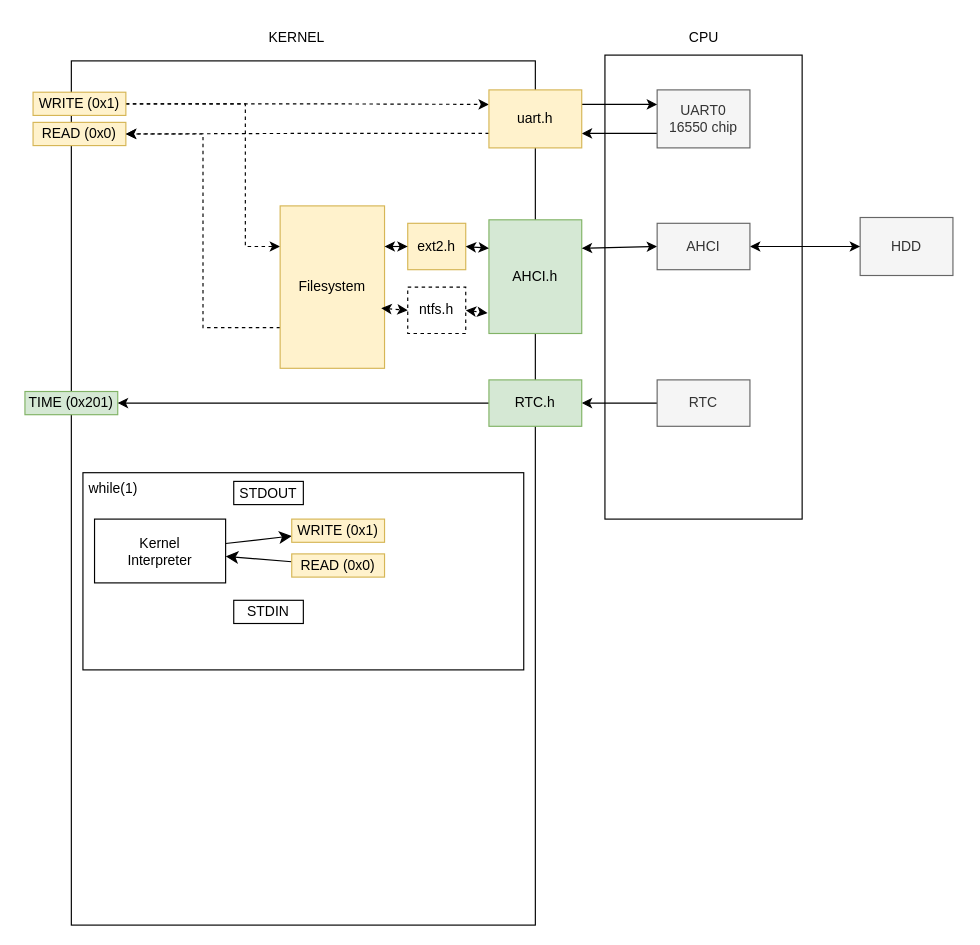
The draw.io diagram page "Overview" (1 of 2) of docs/Mkernel.drawio in davidemorazzo/MochiSoft, before the edit. Source tidied: cells renumbered, new cells numbered last; positions are measured from the earlier drawing's top-left corner, leaving out a move shared by most shapes. Both pictures are drawn from the tidied source at 116%, with x=0, y=0 at pixel (24, 20).
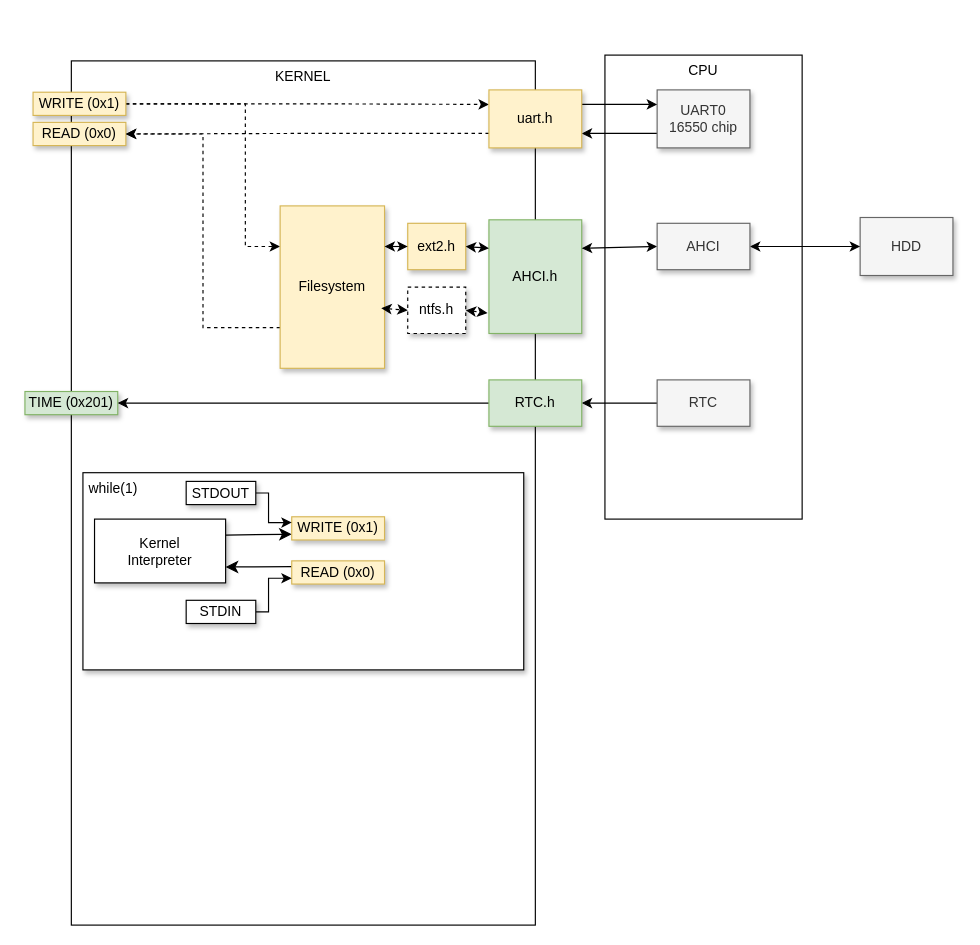
Above is the later version.

What changed in the source:
```diff
@@
-    <mxCell id="2" style="rounded=0;whiteSpace=wrap;html=1;" parent="1" vertex="1">
+    <mxCell id="2" value="CPU" style="rounded=0;whiteSpace=wrap;html=1;verticalAlign=top;" parent="1" vertex="1">
       <mxGeometry x="500" y="30" width="170" height="400" as="geometry" />
     </mxCell>
-    <mxCell id="3" style="rounded=0;whiteSpace=wrap;html=1;" parent="1" vertex="1">
+    <mxCell id="3" value="KERNEL" style="rounded=0;whiteSpace=wrap;html=1;verticalAlign=top;" parent="1" vertex="1">
       <mxGeometry x="40" y="35" width="400" height="745" as="geometry" />
     </mxCell>
@@
-    <mxCell id="6" value="WRITE (0x1)" style="rounded=0;whiteSpace=wrap;html=1;fillColor=#fff2cc;strokeColor=#d6b656;" parent="1" vertex="1">
+    <mxCell id="6" value="WRITE (0x1)" style="rounded=0;whiteSpace=wrap;html=1;fillColor=#fff2cc;strokeColor=#d6b656;shadow=1;" parent="1" vertex="1">
       <mxGeometry x="7" y="62" width="80" height="20" as="geometry" />
     </mxCell>
-    <mxCell id="7" value="READ (0x0)" style="rounded=0;whiteSpace=wrap;html=1;fillColor=#fff2cc;strokeColor=#d6b656;" parent="1" vertex="1">
+    <mxCell id="7" value="READ (0x0)" style="rounded=0;whiteSpace=wrap;html=1;fillColor=#fff2cc;strokeColor=#d6b656;shadow=1;" parent="1" vertex="1">
       <mxGeometry x="7" y="88" width="80" height="20" as="geometry" />
     </mxCell>
@@
-    <mxCell id="9" value="&lt;span style=&quot;color: rgb(51, 51, 51);&quot;&gt;UART0&lt;/span&gt;&lt;div style=&quot;color: rgb(51, 51, 51);&quot;&gt;16550 chip&lt;/div&gt;" style="rounded=0;whiteSpace=wrap;html=1;fillColor=#f5f5f5;fontColor=#333333;strokeColor=#666666;" parent="1" vertex="1">
+    <mxCell id="9" value="&lt;span style=&quot;color: rgb(51, 51, 51);&quot;&gt;UART0&lt;/span&gt;&lt;div style=&quot;color: rgb(51, 51, 51);&quot;&gt;16550 chip&lt;/div&gt;" style="rounded=0;whiteSpace=wrap;html=1;fillColor=#f5f5f5;fontColor=#333333;strokeColor=#666666;shadow=1;" parent="1" vertex="1">
       <mxGeometry x="545" y="60" width="80" height="50" as="geometry" />
     </mxCell>
-    <mxCell id="10" value="AHCI.h" style="rounded=0;whiteSpace=wrap;html=1;fillColor=#d5e8d4;strokeColor=#82b366;" parent="1" vertex="1">
+    <mxCell id="10" value="AHCI.h" style="rounded=0;whiteSpace=wrap;html=1;fillColor=#d5e8d4;strokeColor=#82b366;shadow=1;" parent="1" vertex="1">
       <mxGeometry x="400" y="172" width="80" height="98" as="geometry" />
     </mxCell>
-    <mxCell id="11" value="HDD" style="rounded=0;whiteSpace=wrap;html=1;fillColor=#f5f5f5;fontColor=#333333;strokeColor=#666666;" parent="1" vertex="1">
+    <mxCell id="11" value="HDD" style="rounded=0;whiteSpace=wrap;html=1;fillColor=#f5f5f5;fontColor=#333333;strokeColor=#666666;shadow=1;" parent="1" vertex="1">
       <mxGeometry x="720" y="170" width="80" height="50" as="geometry" />
     </mxCell>
@@
-    <mxCell id="14" value="Filesystem" style="rounded=0;whiteSpace=wrap;html=1;fillColor=#fff2cc;strokeColor=#d6b656;" parent="1" vertex="1">
+    <mxCell id="14" value="Filesystem" style="rounded=0;whiteSpace=wrap;html=1;fillColor=#fff2cc;strokeColor=#d6b656;shadow=1;" parent="1" vertex="1">
       <mxGeometry x="220" y="160" width="90" height="140" as="geometry" />
     </mxCell>
-    <mxCell id="15" value="ext2.h" style="rounded=0;whiteSpace=wrap;html=1;align=center;fillColor=#fff2cc;strokeColor=#d6b656;" parent="1" vertex="1">
+    <mxCell id="15" value="ext2.h" style="rounded=0;whiteSpace=wrap;html=1;align=center;fillColor=#fff2cc;strokeColor=#d6b656;shadow=1;" parent="1" vertex="1">
       <mxGeometry x="330" y="175" width="50" height="40" as="geometry" />
     </mxCell>
@@
-    <mxCell id="18" value="KERNEL" style="text;html=1;align=center;verticalAlign=middle;strokeColor=none;fillColor=none;" parent="1" vertex="1">
-      <mxGeometry x="199" width="70" height="30" as="geometry" />
-    </mxCell>
@@
-    <mxCell id="20" value="AHCI" style="rounded=0;whiteSpace=wrap;html=1;fillColor=#f5f5f5;fontColor=#333333;strokeColor=#666666;" parent="1" vertex="1">
+    <mxCell id="20" value="AHCI" style="rounded=0;whiteSpace=wrap;html=1;fillColor=#f5f5f5;fontColor=#333333;strokeColor=#666666;shadow=1;" parent="1" vertex="1">
       <mxGeometry x="545" y="175" width="80" height="40" as="geometry" />
     </mxCell>
-    <mxCell id="21" value="CPU" style="text;html=1;align=center;verticalAlign=middle;strokeColor=none;fillColor=none;" parent="1" vertex="1">
-      <mxGeometry x="560" width="50" height="30" as="geometry" />
-    </mxCell>
@@
-    <mxCell id="24" value="uart.h" style="rounded=0;whiteSpace=wrap;html=1;fillColor=#fff2cc;strokeColor=#d6b656;" parent="1" vertex="1">
+    <mxCell id="24" value="uart.h" style="rounded=0;whiteSpace=wrap;html=1;fillColor=#fff2cc;strokeColor=#d6b656;shadow=1;" parent="1" vertex="1">
       <mxGeometry x="400" y="60" width="80" height="50" as="geometry" />
     </mxCell>
-    <mxCell id="25" value="ntfs.h" style="rounded=0;whiteSpace=wrap;html=1;align=center;dashed=1;" parent="1" vertex="1">
+    <mxCell id="25" value="ntfs.h" style="rounded=0;whiteSpace=wrap;html=1;align=center;dashed=1;shadow=1;" parent="1" vertex="1">
       <mxGeometry x="330" y="230" width="50" height="40" as="geometry" />
     </mxCell>
@@
-    <mxCell id="28" value="TIME (0x201)" style="rounded=0;whiteSpace=wrap;html=1;fillColor=#d5e8d4;strokeColor=#82b366;" parent="1" vertex="1">
+    <mxCell id="28" value="TIME (0x201)" style="rounded=0;whiteSpace=wrap;html=1;fillColor=#d5e8d4;strokeColor=#82b366;shadow=1;" parent="1" vertex="1">
       <mxGeometry y="320" width="80" height="20" as="geometry" />
     </mxCell>
@@
-    <mxCell id="30" value="RTC" style="rounded=0;whiteSpace=wrap;html=1;fillColor=#f5f5f5;strokeColor=#666666;fontColor=#333333;" parent="1" vertex="1">
+    <mxCell id="30" value="RTC" style="rounded=0;whiteSpace=wrap;html=1;fillColor=#f5f5f5;strokeColor=#666666;fontColor=#333333;shadow=1;" parent="1" vertex="1">
       <mxGeometry x="545" y="310" width="80" height="40" as="geometry" />
     </mxCell>
@@
-    <mxCell id="32" value="RTC.h" style="rounded=0;whiteSpace=wrap;html=1;fillColor=#d5e8d4;strokeColor=#82b366;" parent="1" vertex="1">
+    <mxCell id="32" value="RTC.h" style="rounded=0;whiteSpace=wrap;html=1;fillColor=#d5e8d4;strokeColor=#82b366;shadow=1;" parent="1" vertex="1">
       <mxGeometry x="400" y="310" width="80" height="40" as="geometry" />
     </mxCell>
-    <mxCell id="33" value="&amp;nbsp;while(1)" style="rounded=0;whiteSpace=wrap;html=1;verticalAlign=top;align=left;" parent="1" vertex="1">
+    <mxCell id="33" value="&amp;nbsp;while(1)" style="rounded=0;whiteSpace=wrap;html=1;verticalAlign=top;align=left;shadow=1;" parent="1" vertex="1">
       <mxGeometry x="50" y="390" width="380" height="170" as="geometry" />
     </mxCell>
-    <mxCell id="34" style="edgeStyle=none;curved=1;rounded=0;jettySize=auto;html=1;fontSize=12;startSize=8;endSize=8;" parent="1" edge="1" source="35" target="38">
+    <mxCell id="34" style="edgeStyle=none;curved=1;rounded=0;jettySize=auto;html=1;fontSize=12;startSize=8;endSize=8;exitX=1;exitY=0.25;exitDx=0;exitDy=0;entryX=0;entryY=0.75;entryDx=0;entryDy=0;" parent="1" edge="1" source="35" target="38">
       <mxGeometry relative="1" as="geometry" />
     </mxCell>
-    <mxCell id="35" value="Kernel&lt;div&gt;Interpreter&lt;/div&gt;" style="rounded=0;whiteSpace=wrap;html=1;" parent="1" vertex="1">
+    <mxCell id="35" value="Kernel&lt;div&gt;Interpreter&lt;/div&gt;" style="rounded=0;whiteSpace=wrap;html=1;shadow=1;" parent="1" vertex="1">
       <mxGeometry x="60" y="430" width="113" height="55" as="geometry" />
     </mxCell>
-    <mxCell id="36" style="edgeStyle=none;curved=1;rounded=0;jettySize=auto;html=1;fontSize=12;startSize=8;endSize=8;" parent="1" edge="1" source="37" target="35">
+    <mxCell id="36" style="edgeStyle=none;curved=1;rounded=0;jettySize=auto;html=1;fontSize=12;startSize=8;endSize=8;entryX=1;entryY=0.75;entryDx=0;entryDy=0;exitX=0;exitY=0.25;exitDx=0;exitDy=0;" parent="1" edge="1" source="37" target="35">
       <mxGeometry relative="1" as="geometry" />
     </mxCell>
-    <mxCell id="37" value="READ (0x0)" style="rounded=0;whiteSpace=wrap;html=1;fillColor=#fff2cc;strokeColor=#d6b656;" parent="1" vertex="1">
-      <mxGeometry x="230" y="460" width="80" height="20" as="geometry" />
+    <mxCell id="37" value="READ (0x0)" style="rounded=0;whiteSpace=wrap;html=1;fillColor=#fff2cc;strokeColor=#d6b656;shadow=1;" parent="1" vertex="1">
+      <mxGeometry x="230" y="466" width="80" height="20" as="geometry" />
     </mxCell>
-    <mxCell id="38" value="WRITE (0x1)" style="rounded=0;whiteSpace=wrap;html=1;fillColor=#fff2cc;strokeColor=#d6b656;" parent="1" vertex="1">
-      <mxGeometry x="230" y="430" width="80" height="20" as="geometry" />
+    <mxCell id="38" value="WRITE (0x1)" style="rounded=0;whiteSpace=wrap;html=1;fillColor=#fff2cc;strokeColor=#d6b656;shadow=1;" parent="1" vertex="1">
+      <mxGeometry x="230" y="428" width="80" height="20" as="geometry" />
     </mxCell>
+    <mxCell id="41" style="edgeStyle=orthogonalEdgeStyle;rounded=0;jettySize=auto;html=1;entryX=0;entryY=0.75;entryDx=0;entryDy=0;" parent="1" edge="1" source="39" target="37">
+      <mxGeometry relative="1" as="geometry">
+        <Array as="points">
+          <mxPoint x="210" y="510" />
+          <mxPoint x="210" y="481" />
+        </Array>
+      </mxGeometry>
+    </mxCell>
-    <mxCell id="39" value="STDIN" style="rounded=0;whiteSpace=wrap;html=1;" parent="1" vertex="1">
-      <mxGeometry x="180" y="500" width="60" height="20" as="geometry" />
+    <mxCell id="39" value="STDIN" style="rounded=0;whiteSpace=wrap;html=1;shadow=1;" parent="1" vertex="1">
+      <mxGeometry x="139" y="500" width="60" height="20" as="geometry" />
     </mxCell>
+    <mxCell id="42" style="edgeStyle=orthogonalEdgeStyle;rounded=0;jettySize=auto;html=1;entryX=0;entryY=0.25;entryDx=0;entryDy=0;" parent="1" edge="1" source="40" target="38">
+      <mxGeometry relative="1" as="geometry">
+        <Array as="points">
+          <mxPoint x="210" y="408" />
+          <mxPoint x="210" y="433" />
+        </Array>
+      </mxGeometry>
+    </mxCell>
-    <mxCell id="40" value="STDOUT" style="rounded=0;whiteSpace=wrap;html=1;" parent="1" vertex="1">
-      <mxGeometry x="180" y="397.5" width="60" height="20" as="geometry" />
+    <mxCell id="40" value="STDOUT" style="rounded=0;whiteSpace=wrap;html=1;shadow=1;" parent="1" vertex="1">
+      <mxGeometry x="139" y="397.5" width="60" height="20" as="geometry" />
     </mxCell>
```
